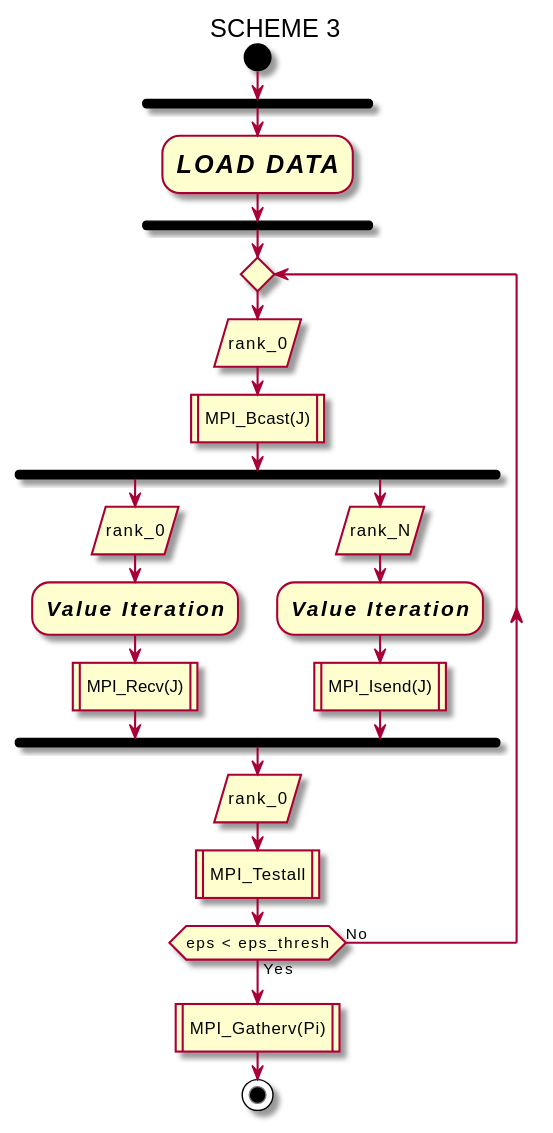
The PlantUML diagram out/src/scheme3/scheme3.svg in hashkode/hpcfmi-mpivi, before a commit.
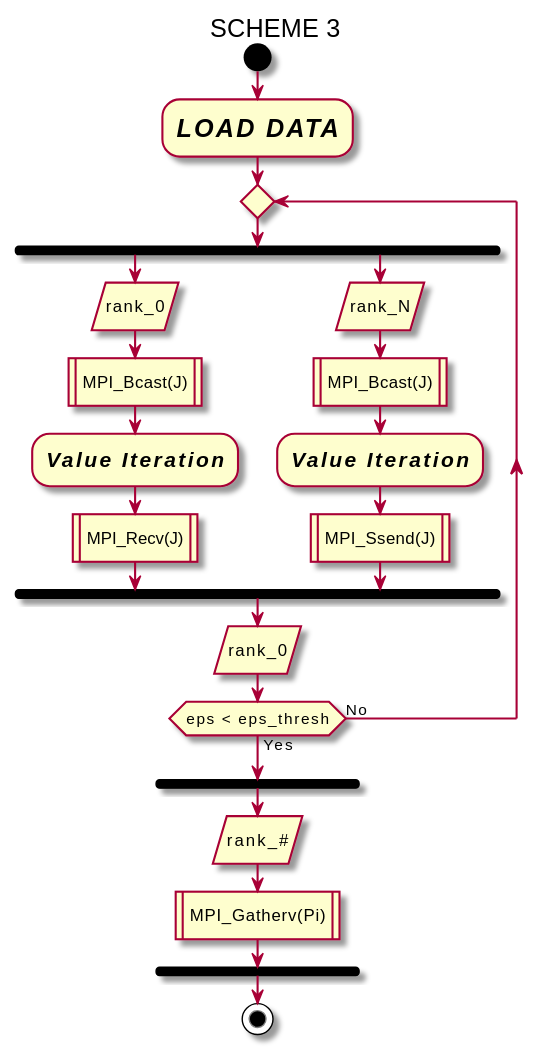
After the commit.

Change to the diagram source:
```diff
@@ -1,26 +1,25 @@
 @startuml
 title SCHEME 3
 start
+:<size:18><i><b>LOAD DATA</b></i></size>;
+repeat
 fork
-:<size:18><i><b>LOAD DATA</b></i></size>;
-end fork
-repeat
     :rank_0/
     :MPI_Bcast(J)|
-fork
-    :rank_0/
     :<size:15><i><b>Value Iteration</b></i></size>;
     :MPI_Recv(J)|
 fork again
     :rank_N/
+    :MPI_Bcast(J)|
     :<size:15><i><b>Value Iteration</b></i></size>;
-    :MPI_Isend(J)|
+    :MPI_Ssend(J)|
 end fork
 :rank_0/
-:MPI_Testall|
 repeat while (eps < eps_thresh) is (No) not (Yes)
+fork
+:rank_#/
 :MPI_Gatherv(Pi)|
-
+end fork
 stop
 
 @enduml
```
